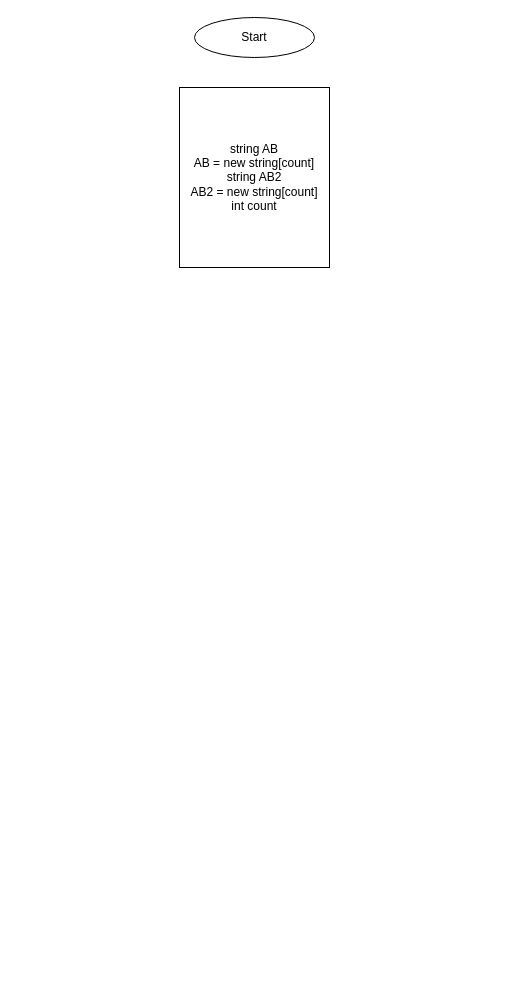
This is fasol.drawio from wol6e/Massive, a draw.io file, before an edit. Source tidied: cells renumbered, new cells numbered last; positions are measured from the earlier drawing's top-left corner, leaving out a move shared by most shapes. Both pictures are drawn from the tidied source at 100%, with x=0, y=0 at pixel (179, 17).
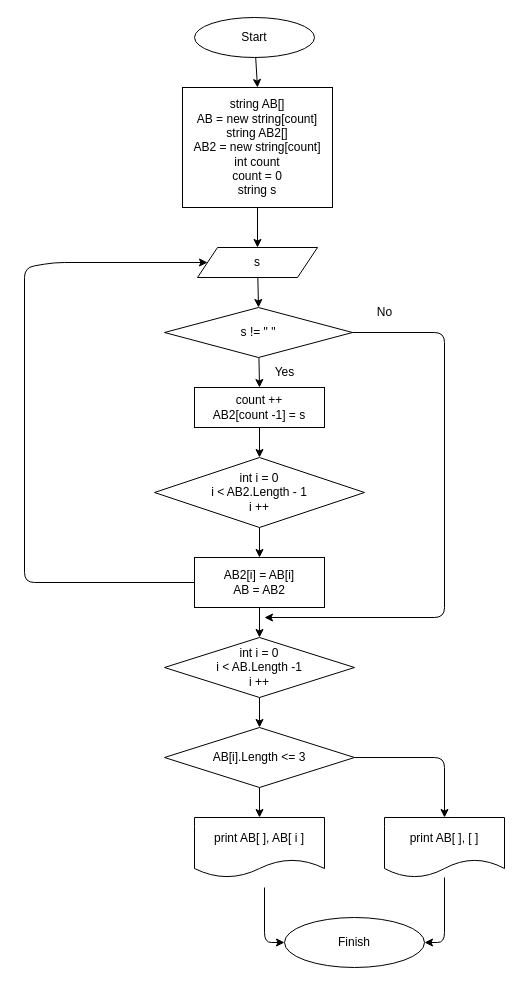
The same page after the edit.

Commit message:
add block-scheme

Unchanged cells that the change refers to:
```xml
<mxCell id="2" value="Start" style="ellipse;whiteSpace=wrap;html=1;" parent="1" vertex="1">
  <mxGeometry x="15" width="120" height="40" as="geometry" />
</mxCell>
```

Change to the diagram source:
```diff
@@
+    <mxCell id="4" style="edgeStyle=none;html=1;entryX=0.5;entryY=0;entryDx=0;entryDy=0;" parent="1" edge="1" source="2" target="3">
+      <mxGeometry relative="1" as="geometry" />
+    </mxCell>
@@
+    <mxCell id="5" style="edgeStyle=none;html=1;entryX=0.5;entryY=0;entryDx=0;entryDy=0;" parent="1" edge="1" source="3" target="7">
+      <mxGeometry relative="1" as="geometry" />
+    </mxCell>
-    <mxCell id="3" value="string AB&lt;br&gt;AB = new string[count]&lt;br&gt;string AB2&lt;br&gt;AB2 = new string[count]&lt;br&gt;int count&lt;br&gt;" style="rounded=0;whiteSpace=wrap;html=1;" parent="1" vertex="1">
-      <mxGeometry y="70" width="150" height="180" as="geometry" />
+    <mxCell id="3" value="string AB[]&lt;br&gt;AB = new string[count]&lt;br&gt;string AB2[]&lt;br&gt;AB2 = new string[count]&lt;br&gt;int count&lt;br&gt;count = 0&lt;br&gt;string s" style="rounded=0;whiteSpace=wrap;html=1;" parent="1" vertex="1">
+      <mxGeometry x="3" y="70" width="150" height="120" as="geometry" />
     </mxCell>
+    <mxCell id="6" style="edgeStyle=none;html=1;entryX=0.5;entryY=0;entryDx=0;entryDy=0;" parent="1" edge="1" source="7" target="10">
+      <mxGeometry relative="1" as="geometry" />
+    </mxCell>
+    <mxCell id="7" value="s" style="shape=parallelogram;perimeter=parallelogramPerimeter;whiteSpace=wrap;html=1;fixedSize=1;" parent="1" vertex="1">
+      <mxGeometry x="18" y="230" width="120" height="30" as="geometry" />
+    </mxCell>
+    <mxCell id="8" style="edgeStyle=none;html=1;entryX=0.5;entryY=0;entryDx=0;entryDy=0;" parent="1" edge="1" source="10" target="12">
+      <mxGeometry relative="1" as="geometry" />
+    </mxCell>
+    <mxCell id="9" style="edgeStyle=none;html=1;" parent="1" edge="1" source="10">
+      <mxGeometry relative="1" as="geometry">
+        <mxPoint x="85" y="600" as="targetPoint" />
+        <Array as="points">
+          <mxPoint x="265" y="315" />
+          <mxPoint x="265" y="600" />
+        </Array>
+      </mxGeometry>
+    </mxCell>
+    <mxCell id="10" value="s != &quot; &quot;&lt;br&gt;" style="rhombus;whiteSpace=wrap;html=1;" parent="1" vertex="1">
+      <mxGeometry x="-15" y="290" width="188" height="50" as="geometry" />
+    </mxCell>
+    <mxCell id="11" style="edgeStyle=none;html=1;" parent="1" edge="1" source="12" target="14">
+      <mxGeometry relative="1" as="geometry" />
+    </mxCell>
+    <mxCell id="12" value="count ++&lt;br&gt;AB2[count -1] = s" style="rounded=0;whiteSpace=wrap;html=1;" parent="1" vertex="1">
+      <mxGeometry x="15" y="370" width="130" height="40" as="geometry" />
+    </mxCell>
+    <mxCell id="13" style="edgeStyle=none;html=1;entryX=0.5;entryY=0;entryDx=0;entryDy=0;" parent="1" edge="1" source="14" target="17">
+      <mxGeometry relative="1" as="geometry" />
+    </mxCell>
+    <mxCell id="14" value="int i = 0&lt;br&gt;i &amp;lt; AB2.Length - 1&lt;br&gt;i ++" style="rhombus;whiteSpace=wrap;html=1;" parent="1" vertex="1">
+      <mxGeometry x="-25" y="440" width="210" height="70" as="geometry" />
+    </mxCell>
+    <mxCell id="15" style="edgeStyle=none;html=1;entryX=0;entryY=0.5;entryDx=0;entryDy=0;" parent="1" edge="1" source="17" target="7">
+      <mxGeometry relative="1" as="geometry">
+        <Array as="points">
+          <mxPoint x="-155" y="565" />
+          <mxPoint x="-155" y="250" />
+          <mxPoint x="-125" y="245" />
+        </Array>
+      </mxGeometry>
+    </mxCell>
+    <mxCell id="16" style="edgeStyle=none;html=1;entryX=0.5;entryY=0;entryDx=0;entryDy=0;" parent="1" edge="1" source="17" target="21">
+      <mxGeometry relative="1" as="geometry" />
+    </mxCell>
+    <mxCell id="17" value="AB2[i] = AB[i]&lt;br&gt;AB = AB2" style="rounded=0;whiteSpace=wrap;html=1;" parent="1" vertex="1">
+      <mxGeometry x="15" y="540" width="130" height="50" as="geometry" />
+    </mxCell>
+    <mxCell id="18" value="No" style="text;html=1;align=center;verticalAlign=middle;strokeColor=none;fillColor=none;" parent="1" vertex="1">
+      <mxGeometry x="185" y="280" width="40" height="30" as="geometry" />
+    </mxCell>
+    <mxCell id="19" value="Yes" style="text;html=1;align=center;verticalAlign=middle;strokeColor=none;fillColor=none;" parent="1" vertex="1">
+      <mxGeometry x="85" y="340" width="40" height="30" as="geometry" />
+    </mxCell>
+    <mxCell id="20" style="edgeStyle=none;html=1;entryX=0.5;entryY=0;entryDx=0;entryDy=0;" parent="1" edge="1" source="21" target="24">
+      <mxGeometry relative="1" as="geometry" />
+    </mxCell>
+    <mxCell id="21" value="int i = 0&lt;br&gt;i &amp;lt; AB.Length -1&lt;br&gt;i ++" style="rhombus;whiteSpace=wrap;html=1;" parent="1" vertex="1">
+      <mxGeometry x="-15" y="620" width="190" height="60" as="geometry" />
+    </mxCell>
+    <mxCell id="22" style="edgeStyle=none;html=1;entryX=0.5;entryY=0;entryDx=0;entryDy=0;" parent="1" edge="1" source="24" target="26">
+      <mxGeometry relative="1" as="geometry" />
+    </mxCell>
+    <mxCell id="23" style="edgeStyle=none;html=1;exitX=1;exitY=0.5;exitDx=0;exitDy=0;entryX=0.5;entryY=0;entryDx=0;entryDy=0;" parent="1" edge="1" source="24" target="28">
+      <mxGeometry relative="1" as="geometry">
+        <Array as="points">
+          <mxPoint x="265" y="740" />
+        </Array>
+      </mxGeometry>
+    </mxCell>
+    <mxCell id="24" value="AB[i].Length &amp;lt;= 3" style="rhombus;whiteSpace=wrap;html=1;" parent="1" vertex="1">
+      <mxGeometry x="-15" y="710" width="190" height="60" as="geometry" />
+    </mxCell>
+    <mxCell id="25" style="edgeStyle=none;html=1;entryX=0;entryY=0.5;entryDx=0;entryDy=0;" parent="1" edge="1" target="29">
+      <mxGeometry relative="1" as="geometry">
+        <mxPoint x="85" y="870" as="sourcePoint" />
+        <Array as="points">
+          <mxPoint x="85" y="925" />
+        </Array>
+      </mxGeometry>
+    </mxCell>
+    <mxCell id="26" value="print AB[ ], AB[ i ]" style="shape=document;whiteSpace=wrap;html=1;boundedLbl=1;" parent="1" vertex="1">
+      <mxGeometry x="15" y="800" width="130" height="60" as="geometry" />
+    </mxCell>
+    <mxCell id="27" style="edgeStyle=none;html=1;entryX=1;entryY=0.5;entryDx=0;entryDy=0;" parent="1" edge="1" source="28" target="29">
+      <mxGeometry relative="1" as="geometry">
+        <Array as="points">
+          <mxPoint x="265" y="925" />
+        </Array>
+      </mxGeometry>
+    </mxCell>
+    <mxCell id="28" value="print AB[ ], [ ]" style="shape=document;whiteSpace=wrap;html=1;boundedLbl=1;" parent="1" vertex="1">
+      <mxGeometry x="205" y="800" width="120" height="60" as="geometry" />
+    </mxCell>
+    <mxCell id="29" value="Finish" style="ellipse;whiteSpace=wrap;html=1;" parent="1" vertex="1">
+      <mxGeometry x="105" y="900" width="140" height="50" as="geometry" />
+    </mxCell>
```
